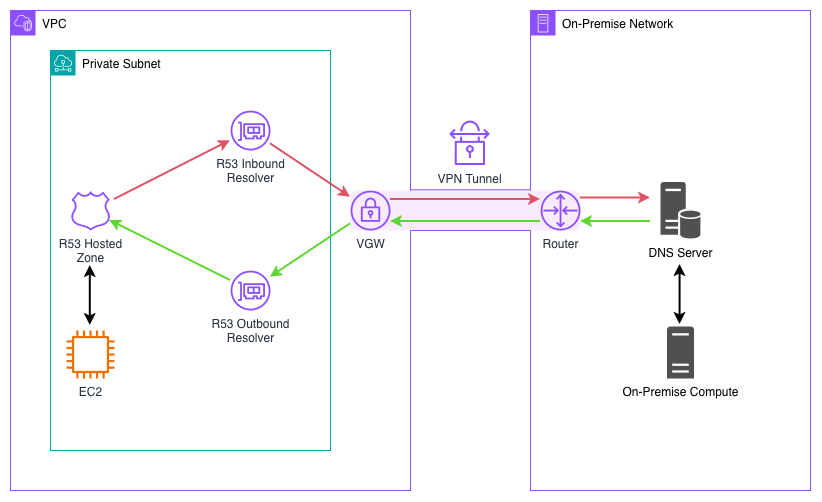
Michae1CC/aws-cdk-examples keeps this draw.io diagram as vgw-site2site-vpn/img/vgw-site2site-vpn-architecture.png. Above is the earlier version. Source tidied: cells renumbered, new cells last; positions are measured from the earlier drawing's top-left corner, leaving out a move shared by most shapes. Source of this version:
```xml
<mxGraphModel>
  <root>
    <mxCell id="0" />
    <mxCell id="1" parent="0" />
    <mxCell id="2" value="&lt;span style=&quot;color: rgb(0, 0, 0);&quot;&gt;&lt;span&gt;&lt;span style=&quot;color: rgb(0, 0, 0);&quot;&gt;On-Premise&lt;/span&gt;&lt;/span&gt;&amp;nbsp;Network&lt;/span&gt;" style="sketch=0;gradientColor=none;html=1;whiteSpace=wrap;fontSize=12;fontStyle=0;shape=mxgraph.aws4.group;grIcon=mxgraph.aws4.group_on_premise;strokeColor=#8C4FFF;fillColor=none;verticalAlign=top;align=left;spacingLeft=30;fontColor=#858B94;dashed=0;" parent="1" vertex="1">
      <mxGeometry x="520" width="280" height="480" as="geometry" />
    </mxCell>
    <mxCell id="3" value="&lt;span style=&quot;color: rgb(0, 0, 0);&quot;&gt;VPC&lt;/span&gt;" style="gradientColor=none;html=1;whiteSpace=wrap;fontSize=12;fontStyle=0;shape=mxgraph.aws4.group;grIcon=mxgraph.aws4.group_vpc2;strokeColor=#8C4FFF;fillColor=none;verticalAlign=top;align=left;spacingLeft=30;fontColor=#AAB7B8;dashed=0;" parent="1" vertex="1">
      <mxGeometry width="400" height="480" as="geometry" />
    </mxCell>
    <mxCell id="4" value="&lt;span style=&quot;color: rgb(0, 0, 0);&quot;&gt;Private Subnet&lt;/span&gt;" style="sketch=0;gradientColor=none;html=1;whiteSpace=wrap;fontSize=12;fontStyle=0;shape=mxgraph.aws4.group;grIcon=mxgraph.aws4.group_subnet;strokeColor=#00A4A6;fillColor=none;verticalAlign=top;align=left;spacingLeft=30;fontColor=#879196;dashed=0;" parent="1" vertex="1">
      <mxGeometry x="40" y="40" width="280" height="400" as="geometry" />
    </mxCell>
    <mxCell id="5" value="EC2" style="sketch=0;fontColor=#232F3E;gradientColor=none;fillColor=#ED7100;strokeColor=none;dashed=0;verticalLabelPosition=bottom;verticalAlign=top;align=center;html=1;fontSize=12;fontStyle=0;shape=mxgraph.aws4.instance2;" parent="1" vertex="1">
      <mxGeometry x="56" y="320" width="48" height="48" as="geometry" />
    </mxCell>
    <mxCell id="6" value="DNS Server" style="sketch=0;shadow=0;dashed=0;html=1;strokeColor=none;fillColor=#505050;labelPosition=center;verticalLabelPosition=bottom;verticalAlign=top;align=center;shape=mxgraph.office.databases.database_server;" parent="1" vertex="1">
      <mxGeometry x="650" y="171.5" width="40" height="57" as="geometry" />
    </mxCell>
    <mxCell id="7" value="VPN Tunnel" style="sketch=0;fontColor=#232F3E;gradientColor=none;fillColor=#8C4FFF;strokeColor=none;dashed=0;verticalLabelPosition=bottom;verticalAlign=top;align=center;html=1;fontSize=12;fontStyle=0;shape=mxgraph.aws4.vpn_connection;" parent="1" vertex="1">
      <mxGeometry x="439" y="110" width="40" height="44.6" as="geometry" />
    </mxCell>
    <mxCell id="8" value="R53 Hosted&lt;br&gt;Zone" style="sketch=0;outlineConnect=0;fontColor=#232F3E;gradientColor=none;fillColor=#8C4FFF;strokeColor=none;dashed=0;verticalLabelPosition=bottom;verticalAlign=top;align=center;html=1;fontSize=12;fontStyle=0;shape=mxgraph.aws4.hosted_zone;" parent="1" vertex="1">
      <mxGeometry x="60" y="180.5" width="40" height="39.5" as="geometry" />
    </mxCell>
    <mxCell id="9" value="R53 Inbound&lt;br&gt;Resolver" style="sketch=0;outlineConnect=0;fontColor=#232F3E;gradientColor=none;fillColor=#8C4FFF;strokeColor=none;dashed=0;verticalLabelPosition=bottom;verticalAlign=top;align=center;html=1;fontSize=12;fontStyle=0;shape=mxgraph.aws4.elastic_network_interface;" parent="1" vertex="1">
      <mxGeometry x="220" y="100" width="40" height="40" as="geometry" />
    </mxCell>
    <mxCell id="10" value="R53 Outbound&lt;br&gt;Resolver" style="sketch=0;outlineConnect=0;fontColor=#232F3E;gradientColor=none;fillColor=#8C4FFF;strokeColor=none;dashed=0;verticalLabelPosition=bottom;verticalAlign=top;align=center;html=1;fontSize=12;fontStyle=0;shape=mxgraph.aws4.elastic_network_interface;" parent="1" vertex="1">
      <mxGeometry x="220" y="260" width="40" height="40" as="geometry" />
    </mxCell>
    <mxCell id="11" style="rounded=1;whiteSpace=wrap;html=1;fillColor=#F9EBFF;strokeColor=none;" parent="1" vertex="1">
      <mxGeometry x="340" y="180" width="230" height="40" as="geometry" />
    </mxCell>
    <mxCell id="12" value="Router" style="sketch=0;fontColor=#232F3E;gradientColor=none;fillColor=#8C4FFF;strokeColor=none;dashed=0;verticalLabelPosition=bottom;verticalAlign=top;align=center;html=1;fontSize=12;fontStyle=0;shape=mxgraph.aws4.router;" parent="1" vertex="1">
      <mxGeometry x="530" y="180" width="40" height="40" as="geometry" />
    </mxCell>
    <mxCell id="13" style="endArrow=none;html=1;rounded=0;strokeColor=#8C4FFF;" parent="1" edge="1">
      <mxGeometry relative="1" as="geometry">
        <mxPoint x="400" y="179.3" as="sourcePoint" />
        <mxPoint x="520" y="179.3" as="targetPoint" />
      </mxGeometry>
    </mxCell>
    <mxCell id="14" style="endArrow=none;html=1;rounded=0;strokeColor=#8C4FFF;" parent="1" edge="1">
      <mxGeometry relative="1" as="geometry">
        <mxPoint x="400" y="220" as="sourcePoint" />
        <mxPoint x="520" y="220" as="targetPoint" />
      </mxGeometry>
    </mxCell>
    <mxCell id="15" style="endArrow=classic;html=1;rounded=0;strokeColor=#DE5466;strokeWidth=2;" parent="1" edge="1" target="9">
      <mxGeometry relative="1" as="geometry">
        <mxPoint x="104" y="189" as="sourcePoint" />
      </mxGeometry>
    </mxCell>
    <mxCell id="16" style="endArrow=classic;html=1;rounded=0;strokeColor=#DE5466;strokeWidth=2;" parent="1" edge="1" source="9" target="17">
      <mxGeometry relative="1" as="geometry" />
    </mxCell>
    <mxCell id="17" value="VGW" style="sketch=0;outlineConnect=0;fontColor=#232F3E;gradientColor=none;fillColor=#8C4FFF;strokeColor=none;dashed=0;verticalLabelPosition=bottom;verticalAlign=top;align=center;html=1;fontSize=12;fontStyle=0;shape=mxgraph.aws4.vpn_gateway;" parent="1" vertex="1">
      <mxGeometry x="340" y="180" width="40" height="40" as="geometry" />
    </mxCell>
    <mxCell id="18" style="endArrow=classic;html=1;rounded=0;strokeColor=#DE5466;strokeWidth=2;" parent="1" edge="1">
      <mxGeometry relative="1" as="geometry">
        <mxPoint x="380" y="189" as="sourcePoint" />
        <mxPoint x="530" y="189" as="targetPoint" />
      </mxGeometry>
    </mxCell>
    <mxCell id="19" style="endArrow=classic;html=1;rounded=0;strokeColor=#DE5466;strokeWidth=2;" parent="1" edge="1">
      <mxGeometry relative="1" as="geometry">
        <mxPoint x="570" y="187.5" as="sourcePoint" />
        <mxPoint x="640" y="187.5" as="targetPoint" />
      </mxGeometry>
    </mxCell>
    <mxCell id="20" style="endArrow=none;html=1;rounded=0;startArrow=classic;startFill=1;endFill=0;strokeColor=#5DD733;strokeWidth=2;" parent="1" edge="1">
      <mxGeometry relative="1" as="geometry">
        <mxPoint x="570" y="211" as="sourcePoint" />
        <mxPoint x="640" y="211" as="targetPoint" />
      </mxGeometry>
    </mxCell>
    <mxCell id="21" style="endArrow=none;html=1;rounded=0;startArrow=classic;startFill=1;endFill=0;strokeColor=#5DD733;strokeWidth=2;" parent="1" edge="1">
      <mxGeometry relative="1" as="geometry">
        <mxPoint x="380" y="211" as="sourcePoint" />
        <mxPoint x="530" y="211" as="targetPoint" />
      </mxGeometry>
    </mxCell>
    <mxCell id="22" style="endArrow=none;html=1;rounded=0;startArrow=classic;startFill=1;endFill=0;strokeColor=#5DD733;strokeWidth=2;" parent="1" edge="1" source="10" target="17">
      <mxGeometry relative="1" as="geometry" />
    </mxCell>
    <mxCell id="23" style="endArrow=none;html=1;rounded=0;startArrow=classic;startFill=1;endFill=0;strokeColor=#5DD733;strokeWidth=2;" parent="1" edge="1" source="8" target="10">
      <mxGeometry relative="1" as="geometry" />
    </mxCell>
    <mxCell id="24" style="endArrow=classic;html=1;rounded=0;startArrow=classic;startFill=1;endFill=1;strokeColor=#000000;strokeWidth=2;" parent="1" edge="1">
      <mxGeometry relative="1" as="geometry">
        <mxPoint x="79.8" y="255" as="sourcePoint" />
        <mxPoint x="79.8" y="315" as="targetPoint" />
      </mxGeometry>
    </mxCell>
    <mxCell id="25" value="On-Premise Compute" style="sketch=0;shadow=0;dashed=0;html=1;strokeColor=none;fillColor=#505050;labelPosition=center;verticalLabelPosition=bottom;verticalAlign=top;align=center;shape=mxgraph.office.servers.server_generic;" parent="1" vertex="1">
      <mxGeometry x="656.5" y="316" width="27" height="52" as="geometry" />
    </mxCell>
    <mxCell id="26" style="endArrow=classic;html=1;rounded=0;startArrow=classic;startFill=1;endFill=1;strokeColor=#000000;strokeWidth=2;" parent="1" edge="1">
      <mxGeometry relative="1" as="geometry">
        <mxPoint x="669.6" y="254" as="sourcePoint" />
        <mxPoint x="669.6" y="314" as="targetPoint" />
      </mxGeometry>
    </mxCell>
  </root>
</mxGraphModel>
```
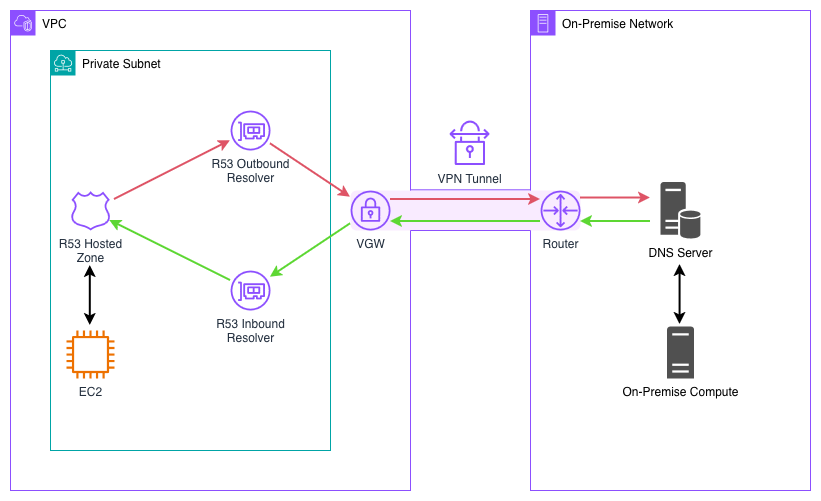
The same file after the commit.

The edit, as a diff of the source:
```diff
@@ -23,10 +23,10 @@
     <mxCell id="8" value="R53 Hosted&lt;br&gt;Zone" style="sketch=0;outlineConnect=0;fontColor=#232F3E;gradientColor=none;fillColor=#8C4FFF;strokeColor=none;dashed=0;verticalLabelPosition=bottom;verticalAlign=top;align=center;html=1;fontSize=12;fontStyle=0;shape=mxgraph.aws4.hosted_zone;" parent="1" vertex="1">
       <mxGeometry x="60" y="180.5" width="40" height="39.5" as="geometry" />
     </mxCell>
-    <mxCell id="9" value="R53 Inbound&lt;br&gt;Resolver" style="sketch=0;outlineConnect=0;fontColor=#232F3E;gradientColor=none;fillColor=#8C4FFF;strokeColor=none;dashed=0;verticalLabelPosition=bottom;verticalAlign=top;align=center;html=1;fontSize=12;fontStyle=0;shape=mxgraph.aws4.elastic_network_interface;" parent="1" vertex="1">
+    <mxCell id="9" value="R53 Outbound&lt;br&gt;Resolver" style="sketch=0;outlineConnect=0;fontColor=#232F3E;gradientColor=none;fillColor=#8C4FFF;strokeColor=none;dashed=0;verticalLabelPosition=bottom;verticalAlign=top;align=center;html=1;fontSize=12;fontStyle=0;shape=mxgraph.aws4.elastic_network_interface;" parent="1" vertex="1">
       <mxGeometry x="220" y="100" width="40" height="40" as="geometry" />
     </mxCell>
-    <mxCell id="10" value="R53 Outbound&lt;br&gt;Resolver" style="sketch=0;outlineConnect=0;fontColor=#232F3E;gradientColor=none;fillColor=#8C4FFF;strokeColor=none;dashed=0;verticalLabelPosition=bottom;verticalAlign=top;align=center;html=1;fontSize=12;fontStyle=0;shape=mxgraph.aws4.elastic_network_interface;" parent="1" vertex="1">
+    <mxCell id="10" value="R53 Inbound&lt;br&gt;Resolver" style="sketch=0;outlineConnect=0;fontColor=#232F3E;gradientColor=none;fillColor=#8C4FFF;strokeColor=none;dashed=0;verticalLabelPosition=bottom;verticalAlign=top;align=center;html=1;fontSize=12;fontStyle=0;shape=mxgraph.aws4.elastic_network_interface;" parent="1" vertex="1">
       <mxGeometry x="220" y="260" width="40" height="40" as="geometry" />
     </mxCell>
     <mxCell id="11" style="rounded=1;whiteSpace=wrap;html=1;fillColor=#F9EBFF;strokeColor=none;" parent="1" vertex="1">
```
